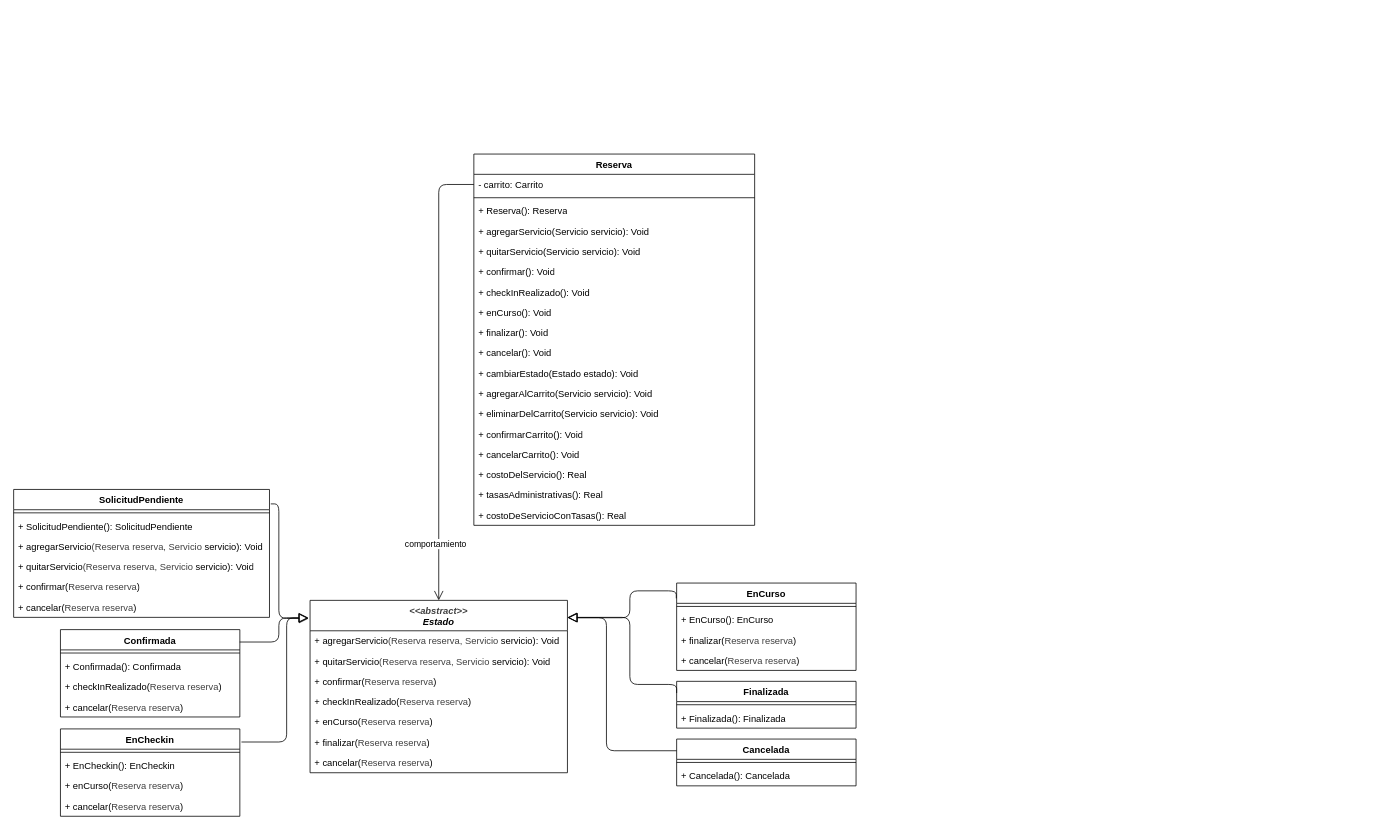
Earlier version of the draw.io diagram 2.2CicloDeVida.drawio (Naxayy/UNQ_Travel). Source tidied: cells renumbered, new cells numbered last; positions are measured from the earlier drawing's top-left corner, leaving out a move shared by most shapes. Both pictures are drawn from the tidied source at 78%, with x=0, y=0 at pixel (13, 154).
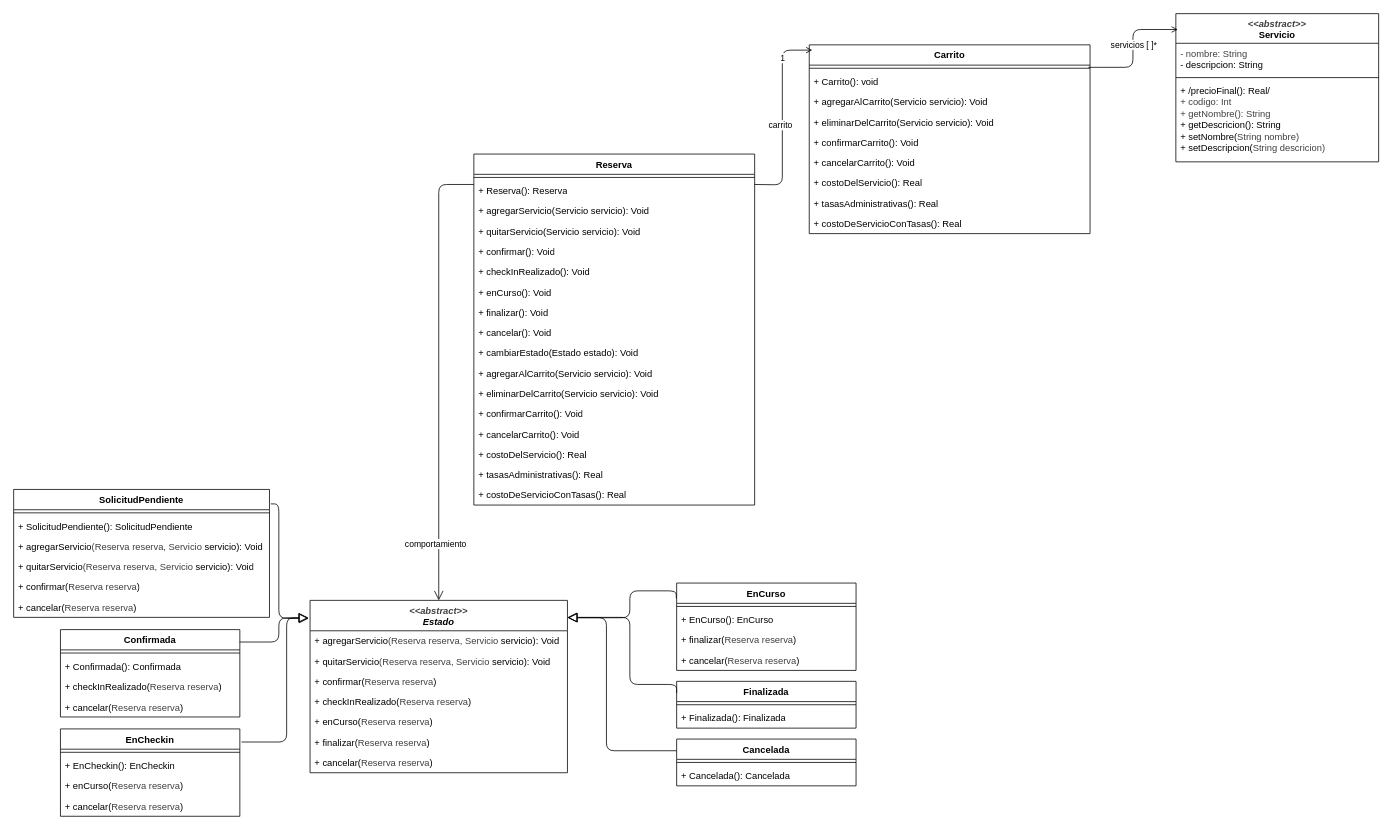
After the change.

The change refers to these unchanged cells:
```xml
<mxCell id="21" value="&lt;div&gt;&lt;i style=&quot;scrollbar-color: rgba(168, 169, 170, 0.52) rgb(18, 19, 20); color: rgb(63, 63, 63);&quot;&gt;&amp;lt;&amp;lt;&lt;span style=&quot;scrollbar-color: rgba(168, 169, 170, 0.52) rgb(18, 19, 20); color: rgb(63, 63, 63);&quot;&gt;abstract&lt;/span&gt;&amp;gt;&amp;gt;&lt;br style=&quot;scrollbar-color: rgba(168, 169, 170, 0.52) rgb(18, 19, 20); color: rgb(63, 63, 63);&quot;&gt;&lt;/i&gt;&lt;i&gt;Estado&lt;/i&gt;&lt;/div&gt;" style="swimlane;fontStyle=1;align=center;verticalAlign=top;horizontal=1;startSize=39;whiteSpace=wrap;html=1;strokeColor=default;swimlaneFillColor=default;fontFamily=Helvetica;fontSize=12;fontColor=default;fillColor=default;gradientColor=none;" parent="1" vertex="1">
  <mxGeometry x="380" y="572.2" width="330" height="221" as="geometry" />
</mxCell>
```

Change to the diagram source:
```diff
@@
     <mxCell id="2" value="Reserva" style="swimlane;fontStyle=1;align=center;verticalAlign=top;horizontal=1;startSize=26;whiteSpace=wrap;html=1;strokeColor=default;swimlaneFillColor=default;fontFamily=Helvetica;fontSize=12;fontColor=default;fillColor=default;gradientColor=none;" parent="1" vertex="1">
-      <mxGeometry x="590" width="360" height="476" as="geometry" />
+      <mxGeometry x="590" width="360" height="450" as="geometry" />
     </mxCell>
-    <mxCell id="3" value="- carrito: Carrito" style="text;strokeColor=none;fillColor=none;align=left;verticalAlign=top;spacingLeft=4;spacingRight=4;overflow=hidden;points=[[0,0.5],[1,0.5]];portConstraint=eastwest;whiteSpace=wrap;html=1;" parent="2" vertex="1">
-      <mxGeometry y="26" width="360" height="26" as="geometry" />
-    </mxCell>
     <mxCell id="4" style="line;strokeWidth=1;fillColor=none;align=left;verticalAlign=middle;spacingTop=-1;spacingLeft=3;spacingRight=3;labelPosition=right;strokeColor=inherit;" parent="2" vertex="1">
-      <mxGeometry y="52" width="360" height="8" as="geometry" />
+      <mxGeometry y="26" width="360" height="8" as="geometry" />
     </mxCell>
     <mxCell id="5" value="+ Reserva(): Reserva" style="text;strokeColor=none;fillColor=none;align=left;verticalAlign=top;spacingLeft=4;spacingRight=4;overflow=hidden;whiteSpace=wrap;html=1;" parent="2" vertex="1">
-      <mxGeometry y="60" width="360" height="26" as="geometry" />
+      <mxGeometry y="34" width="360" height="26" as="geometry" />
     </mxCell>
     <mxCell id="6" value="+ &lt;span style=&quot;background-color: transparent;&quot;&gt;agregarServicio(&lt;/span&gt;&lt;span style=&quot;background-color: transparent;&quot;&gt;Servicio&amp;nbsp;&lt;/span&gt;&lt;span style=&quot;color: rgb(0, 0, 0);&quot;&gt;s&lt;/span&gt;&lt;span style=&quot;scrollbar-color: rgba(168, 169, 170, 0.52) rgb(18, 19, 20); color: rgb(0, 0, 0);&quot;&gt;ervicio&lt;/span&gt;&lt;span style=&quot;background-color: transparent;&quot;&gt;): Void&lt;/span&gt;" style="text;strokeColor=none;fillColor=none;align=left;verticalAlign=top;spacingLeft=4;spacingRight=4;overflow=hidden;whiteSpace=wrap;html=1;" parent="2" vertex="1">
-      <mxGeometry y="86" width="360" height="26" as="geometry" />
+      <mxGeometry y="60" width="360" height="26" as="geometry" />
     </mxCell>
     <mxCell id="7" value="+ quitarServicio(Servicio s&lt;span style=&quot;color: rgb(0, 0, 0);&quot;&gt;ervicio&lt;/span&gt;): Void" style="text;strokeColor=none;fillColor=none;align=left;verticalAlign=top;spacingLeft=4;spacingRight=4;overflow=hidden;whiteSpace=wrap;html=1;" parent="2" vertex="1">
-      <mxGeometry y="112" width="360" height="26" as="geometry" />
+      <mxGeometry y="86" width="360" height="26" as="geometry" />
     </mxCell>
     <mxCell id="8" value="+ confirmar(): Void" style="text;strokeColor=none;fillColor=none;align=left;verticalAlign=top;spacingLeft=4;spacingRight=4;overflow=hidden;whiteSpace=wrap;html=1;" parent="2" vertex="1">
-      <mxGeometry y="138" width="360" height="26" as="geometry" />
+      <mxGeometry y="112" width="360" height="26" as="geometry" />
     </mxCell>
     <mxCell id="9" value="+ checkInRealizado(): Void" style="text;strokeColor=none;fillColor=none;align=left;verticalAlign=top;spacingLeft=4;spacingRight=4;overflow=hidden;whiteSpace=wrap;html=1;" parent="2" vertex="1">
-      <mxGeometry y="164" width="360" height="26" as="geometry" />
+      <mxGeometry y="138" width="360" height="26" as="geometry" />
     </mxCell>
     <mxCell id="10" value="+ enCurso(): Void" style="text;strokeColor=none;fillColor=none;align=left;verticalAlign=top;spacingLeft=4;spacingRight=4;overflow=hidden;whiteSpace=wrap;html=1;" parent="2" vertex="1">
-      <mxGeometry y="190" width="360" height="26" as="geometry" />
+      <mxGeometry y="164" width="360" height="26" as="geometry" />
     </mxCell>
     <mxCell id="11" value="+ finalizar(): Void" style="text;strokeColor=none;fillColor=none;align=left;verticalAlign=top;spacingLeft=4;spacingRight=4;overflow=hidden;whiteSpace=wrap;html=1;" parent="2" vertex="1">
-      <mxGeometry y="216" width="360" height="26" as="geometry" />
+      <mxGeometry y="190" width="360" height="26" as="geometry" />
     </mxCell>
     <mxCell id="12" value="&lt;span style=&quot;color: rgb(0, 0, 0);&quot;&gt;+ cancelar(): Void&lt;/span&gt;" style="text;strokeColor=none;fillColor=none;align=left;verticalAlign=top;spacingLeft=4;spacingRight=4;overflow=hidden;whiteSpace=wrap;html=1;" parent="2" vertex="1">
-      <mxGeometry y="242" width="360" height="26" as="geometry" />
+      <mxGeometry y="216" width="360" height="26" as="geometry" />
     </mxCell>
     <mxCell id="13" value="&lt;span style=&quot;color: rgb(0, 0, 0);&quot;&gt;+ cambiarEstado(Estado estado): Void&lt;/span&gt;" style="text;strokeColor=none;fillColor=none;align=left;verticalAlign=top;spacingLeft=4;spacingRight=4;overflow=hidden;whiteSpace=wrap;html=1;" parent="2" vertex="1">
-      <mxGeometry y="268" width="360" height="26" as="geometry" />
+      <mxGeometry y="242" width="360" height="26" as="geometry" />
     </mxCell>
     <mxCell id="14" value="&lt;span style=&quot;color: rgb(0, 0, 0);&quot;&gt;+ agregarAlCarrito(&lt;span style=&quot;color: rgb(0, 0, 0);&quot;&gt;Servicio servicio&lt;/span&gt;): Void&lt;/span&gt;" style="text;strokeColor=none;fillColor=none;align=left;verticalAlign=top;spacingLeft=4;spacingRight=4;overflow=hidden;whiteSpace=wrap;html=1;" parent="2" vertex="1">
-      <mxGeometry y="294" width="360" height="26" as="geometry" />
+      <mxGeometry y="268" width="360" height="26" as="geometry" />
     </mxCell>
     <mxCell id="15" value="&lt;span style=&quot;color: rgb(0, 0, 0);&quot;&gt;+ eliminarDelCarrito(Servicio servicio): Void&lt;/span&gt;" style="text;strokeColor=none;fillColor=none;align=left;verticalAlign=top;spacingLeft=4;spacingRight=4;overflow=hidden;whiteSpace=wrap;html=1;" parent="2" vertex="1">
-      <mxGeometry y="320" width="360" height="26" as="geometry" />
+      <mxGeometry y="294" width="360" height="26" as="geometry" />
     </mxCell>
     <mxCell id="16" value="&lt;span style=&quot;color: rgb(0, 0, 0);&quot;&gt;+ confirmarCarrito(): Void&lt;/span&gt;" style="text;strokeColor=none;fillColor=none;align=left;verticalAlign=top;spacingLeft=4;spacingRight=4;overflow=hidden;whiteSpace=wrap;html=1;" parent="2" vertex="1">
-      <mxGeometry y="346" width="360" height="26" as="geometry" />
+      <mxGeometry y="320" width="360" height="26" as="geometry" />
     </mxCell>
     <mxCell id="17" value="&lt;span style=&quot;color: rgb(0, 0, 0);&quot;&gt;+ cancelarCarrito(): Void&lt;/span&gt;" style="text;strokeColor=none;fillColor=none;align=left;verticalAlign=top;spacingLeft=4;spacingRight=4;overflow=hidden;whiteSpace=wrap;html=1;" parent="2" vertex="1">
-      <mxGeometry y="372" width="360" height="26" as="geometry" />
+      <mxGeometry y="346" width="360" height="26" as="geometry" />
     </mxCell>
     <mxCell id="18" value="&lt;span style=&quot;color: rgb(0, 0, 0);&quot;&gt;+ costoDelServicio(): Real&lt;/span&gt;" style="text;strokeColor=none;fillColor=none;align=left;verticalAlign=top;spacingLeft=4;spacingRight=4;overflow=hidden;whiteSpace=wrap;html=1;" parent="2" vertex="1">
-      <mxGeometry y="398" width="360" height="26" as="geometry" />
+      <mxGeometry y="372" width="360" height="26" as="geometry" />
     </mxCell>
     <mxCell id="19" value="&lt;span style=&quot;color: rgb(0, 0, 0);&quot;&gt;+ tasasAdministrativas(): Real&lt;/span&gt;" style="text;strokeColor=none;fillColor=none;align=left;verticalAlign=top;spacingLeft=4;spacingRight=4;overflow=hidden;whiteSpace=wrap;html=1;" parent="2" vertex="1">
-      <mxGeometry y="424" width="360" height="26" as="geometry" />
+      <mxGeometry y="398" width="360" height="26" as="geometry" />
     </mxCell>
     <mxCell id="20" value="&lt;span style=&quot;color: rgb(0, 0, 0);&quot;&gt;+ costoDeServicioConTasas(): Real&lt;/span&gt;" style="text;strokeColor=none;fillColor=none;align=left;verticalAlign=top;spacingLeft=4;spacingRight=4;overflow=hidden;whiteSpace=wrap;html=1;" parent="2" vertex="1">
-      <mxGeometry y="450" width="360" height="26" as="geometry" />
+      <mxGeometry y="424" width="360" height="26" as="geometry" />
     </mxCell>
@@
-    <mxCell id="29" style="edgeStyle=orthogonalEdgeStyle;jettySize=auto;html=1;rounded=1;strokeColor=default;align=center;verticalAlign=middle;fontFamily=Helvetica;fontSize=11;fontColor=default;labelBackgroundColor=default;defaultLabelBackgroundColor=page;startSize=8;endArrow=open;endFill=0;endSize=10;sourcePerimeterSpacing=0;fixedPointSpacing=1;entryX=0.5;entryY=0;entryDx=0;entryDy=0;exitX=0;exitY=0.5;exitDx=0;exitDy=0;" parent="1" edge="1" source="3" target="21">
-      <mxGeometry x="0.05" relative="1" as="geometry" />
+    <mxCell id="29" style="edgeStyle=orthogonalEdgeStyle;jettySize=auto;html=1;rounded=1;strokeColor=default;align=center;verticalAlign=middle;fontFamily=Helvetica;fontSize=11;fontColor=default;labelBackgroundColor=default;defaultLabelBackgroundColor=page;startSize=8;endArrow=open;endFill=0;endSize=10;sourcePerimeterSpacing=0;fixedPointSpacing=1;entryX=0.5;entryY=0;entryDx=0;entryDy=0;exitX=0;exitY=0.5;exitDx=0;exitDy=0;" parent="1" edge="1" target="21">
+      <mxGeometry x="0.05" relative="1" as="geometry">
+        <mxPoint x="590" y="39" as="sourcePoint" />
+        <Array as="points">
+          <mxPoint x="545" y="39" />
+        </Array>
+      </mxGeometry>
     </mxCell>
@@
+    <mxCell id="65" value="Carrito" style="swimlane;fontStyle=1;align=center;verticalAlign=top;horizontal=1;startSize=26;whiteSpace=wrap;html=1;strokeColor=default;swimlaneFillColor=default;fontFamily=Helvetica;fontSize=12;fontColor=default;fillColor=default;gradientColor=none;" parent="1" vertex="1">
+      <mxGeometry x="1020" y="-140" width="360" height="242" as="geometry" />
+    </mxCell>
+    <mxCell id="66" style="line;strokeWidth=1;fillColor=none;align=left;verticalAlign=middle;spacingTop=-1;spacingLeft=3;spacingRight=3;labelPosition=right;points=[];portConstraint=eastwest;strokeColor=inherit;" parent="65" vertex="1">
+      <mxGeometry y="26" width="360" height="8" as="geometry" />
+    </mxCell>
+    <mxCell id="67" value="+ Carrito(): void" style="text;strokeColor=none;fillColor=none;align=left;verticalAlign=top;spacingLeft=4;spacingRight=4;overflow=hidden;whiteSpace=wrap;html=1;" parent="65" vertex="1">
+      <mxGeometry y="34" width="360" height="26" as="geometry" />
+    </mxCell>
+    <mxCell id="68" value="&lt;span style=&quot;color: rgb(0, 0, 0);&quot;&gt;+ agregarAlCarrito(&lt;span style=&quot;color: rgb(0, 0, 0);&quot;&gt;Servicio servicio&lt;/span&gt;): Void&lt;/span&gt;" style="text;strokeColor=none;fillColor=none;align=left;verticalAlign=top;spacingLeft=4;spacingRight=4;overflow=hidden;whiteSpace=wrap;html=1;" parent="65" vertex="1">
+      <mxGeometry y="60" width="360" height="26" as="geometry" />
+    </mxCell>
+    <mxCell id="69" value="&lt;span style=&quot;color: rgb(0, 0, 0);&quot;&gt;+ eliminarDelCarrito(Servicio servicio): Void&lt;/span&gt;" style="text;strokeColor=none;fillColor=none;align=left;verticalAlign=top;spacingLeft=4;spacingRight=4;overflow=hidden;whiteSpace=wrap;html=1;" parent="65" vertex="1">
+      <mxGeometry y="86" width="360" height="26" as="geometry" />
+    </mxCell>
+    <mxCell id="70" value="&lt;span style=&quot;color: rgb(0, 0, 0);&quot;&gt;+ confirmarCarrito(): Void&lt;/span&gt;" style="text;strokeColor=none;fillColor=none;align=left;verticalAlign=top;spacingLeft=4;spacingRight=4;overflow=hidden;whiteSpace=wrap;html=1;" parent="65" vertex="1">
+      <mxGeometry y="112" width="360" height="26" as="geometry" />
+    </mxCell>
+    <mxCell id="71" value="&lt;span style=&quot;color: rgb(0, 0, 0);&quot;&gt;+ cancelarCarrito(): Void&lt;/span&gt;" style="text;strokeColor=none;fillColor=none;align=left;verticalAlign=top;spacingLeft=4;spacingRight=4;overflow=hidden;whiteSpace=wrap;html=1;" parent="65" vertex="1">
+      <mxGeometry y="138" width="360" height="26" as="geometry" />
+    </mxCell>
+    <mxCell id="72" value="&lt;span style=&quot;color: rgb(0, 0, 0);&quot;&gt;+ costoDelServicio(): Real&lt;/span&gt;" style="text;strokeColor=none;fillColor=none;align=left;verticalAlign=top;spacingLeft=4;spacingRight=4;overflow=hidden;whiteSpace=wrap;html=1;" parent="65" vertex="1">
+      <mxGeometry y="164" width="360" height="26" as="geometry" />
+    </mxCell>
+    <mxCell id="73" value="&lt;span style=&quot;color: rgb(0, 0, 0);&quot;&gt;+ tasasAdministrativas(): Real&lt;/span&gt;" style="text;strokeColor=none;fillColor=none;align=left;verticalAlign=top;spacingLeft=4;spacingRight=4;overflow=hidden;whiteSpace=wrap;html=1;" parent="65" vertex="1">
+      <mxGeometry y="190" width="360" height="26" as="geometry" />
+    </mxCell>
+    <mxCell id="74" value="&lt;span style=&quot;color: rgb(0, 0, 0);&quot;&gt;+ costoDeServicioConTasas(): Real&lt;/span&gt;" style="text;strokeColor=none;fillColor=none;align=left;verticalAlign=top;spacingLeft=4;spacingRight=4;overflow=hidden;whiteSpace=wrap;html=1;" parent="65" vertex="1">
+      <mxGeometry y="216" width="360" height="26" as="geometry" />
+    </mxCell>
+    <mxCell id="75" value="&lt;i style=&quot;color: rgb(63, 63, 63); scrollbar-color: rgba(168, 169, 170, 0.52) rgb(18, 19, 20);&quot;&gt;&amp;lt;&amp;lt;&lt;span style=&quot;color: rgb(63, 63, 63); scrollbar-color: rgba(168, 169, 170, 0.52) rgb(18, 19, 20);&quot;&gt;abstract&lt;/span&gt;&amp;gt;&amp;gt;&lt;br style=&quot;color: rgb(63, 63, 63); scrollbar-color: rgba(168, 169, 170, 0.52) rgb(18, 19, 20);&quot;&gt;&lt;/i&gt;Servicio" style="swimlane;fontStyle=1;align=center;verticalAlign=top;horizontal=1;startSize=38;whiteSpace=wrap;html=1;" parent="1" vertex="1">
+      <mxGeometry x="1490" y="-180" width="260" height="190" as="geometry" />
+    </mxCell>
+    <mxCell id="76" value="&lt;div&gt;&lt;span style=&quot;color: rgb(63, 63, 63); background-color: transparent;&quot;&gt;- nombre: String&lt;/span&gt;&lt;/div&gt;&lt;div&gt;&lt;div&gt;- descripcion: String&lt;/div&gt;&lt;/div&gt;" style="text;strokeColor=none;fillColor=none;align=left;verticalAlign=top;spacingLeft=4;spacingRight=4;overflow=hidden;whiteSpace=wrap;html=1;" parent="75" vertex="1">
+      <mxGeometry y="38" width="260" height="40" as="geometry" />
+    </mxCell>
+    <mxCell id="77" style="line;strokeWidth=1;fillColor=none;align=left;verticalAlign=middle;spacingTop=-1;spacingLeft=3;spacingRight=3;labelPosition=right;strokeColor=inherit;" parent="75" vertex="1">
+      <mxGeometry y="78" width="260" height="8" as="geometry" />
+    </mxCell>
+    <mxCell id="78" value="&lt;div&gt;&lt;span style=&quot;background-color: transparent; color: light-dark(rgb(0, 0, 0), rgb(255, 255, 255));&quot;&gt;+ /precioFinal(): Real/&lt;/span&gt;&lt;/div&gt;&lt;div&gt;&lt;div style=&quot;color: rgb(63, 63, 63); scrollbar-color: rgba(168, 169, 170, 0.52) rgb(18, 19, 20);&quot;&gt;+ codigo: Int&lt;/div&gt;&lt;div style=&quot;color: rgb(63, 63, 63); scrollbar-color: rgba(168, 169, 170, 0.52) rgb(18, 19, 20);&quot;&gt;&lt;span style=&quot;background-color: transparent;&quot;&gt;+ getNombre(): String&amp;nbsp;&lt;/span&gt;&lt;/div&gt;&lt;/div&gt;&lt;div&gt;+ getDescricion(): String&lt;/div&gt;&lt;div&gt;+ setNombre(&lt;span style=&quot;color: rgb(63, 63, 63); background-color: transparent;&quot;&gt;String nombre&lt;/span&gt;&lt;span style=&quot;color: rgb(63, 63, 63); background-color: transparent;&quot;&gt;)&lt;/span&gt;&lt;/div&gt;&lt;div&gt;+ setDescripcion(&lt;span style=&quot;color: rgb(63, 63, 63); background-color: transparent;&quot;&gt;String descricion&lt;/span&gt;&lt;span style=&quot;color: rgb(63, 63, 63); background-color: transparent;&quot;&gt;)&lt;/span&gt;&lt;/div&gt;" style="text;strokeColor=none;fillColor=none;align=left;verticalAlign=top;spacingLeft=4;spacingRight=4;overflow=hidden;whiteSpace=wrap;html=1;" parent="75" vertex="1">
+      <mxGeometry y="86" width="260" height="104" as="geometry" />
+    </mxCell>
+    <mxCell id="79" style="edgeStyle=orthogonalEdgeStyle;html=1;entryX=0.01;entryY=0.107;entryDx=0;entryDy=0;entryPerimeter=0;endArrow=open;endFill=0;exitX=0.994;exitY=0.353;exitDx=0;exitDy=0;exitPerimeter=0;" parent="1" edge="1" source="66" target="75">
+      <mxGeometry relative="1" as="geometry" />
+    </mxCell>
+    <mxCell id="80" value="servicios [ ]*" style="edgeLabel;html=1;align=center;verticalAlign=middle;inheritText=1;" parent="79" vertex="1">
+      <mxGeometry x="-0.06" y="-3" relative="1" as="geometry">
+        <mxPoint x="-3" y="-9" as="offset" />
+      </mxGeometry>
+    </mxCell>
+    <mxCell id="81" style="edgeStyle=orthogonalEdgeStyle;html=1;exitX=1;exitY=0.5;exitDx=0;exitDy=0;entryX=0.011;entryY=0.028;entryDx=0;entryDy=0;entryPerimeter=0;endArrow=open;endFill=0;" parent="1" edge="1" target="65">
+      <mxGeometry relative="1" as="geometry">
+        <mxPoint x="950" y="39" as="sourcePoint" />
+      </mxGeometry>
+    </mxCell>
+    <mxCell id="82" value="carrito" style="edgeLabel;html=1;align=center;verticalAlign=middle;inheritText=1;" parent="81" vertex="1">
+      <mxGeometry x="-0.28" y="3" relative="1" as="geometry">
+        <mxPoint y="-24" as="offset" />
+      </mxGeometry>
+    </mxCell>
+    <mxCell id="83" value="1" style="edgeLabel;html=1;align=center;verticalAlign=middle;inheritText=1;" parent="81" vertex="1">
+      <mxGeometry x="0.62" relative="1" as="geometry">
+        <mxPoint y="1" as="offset" />
+      </mxGeometry>
+    </mxCell>
```
